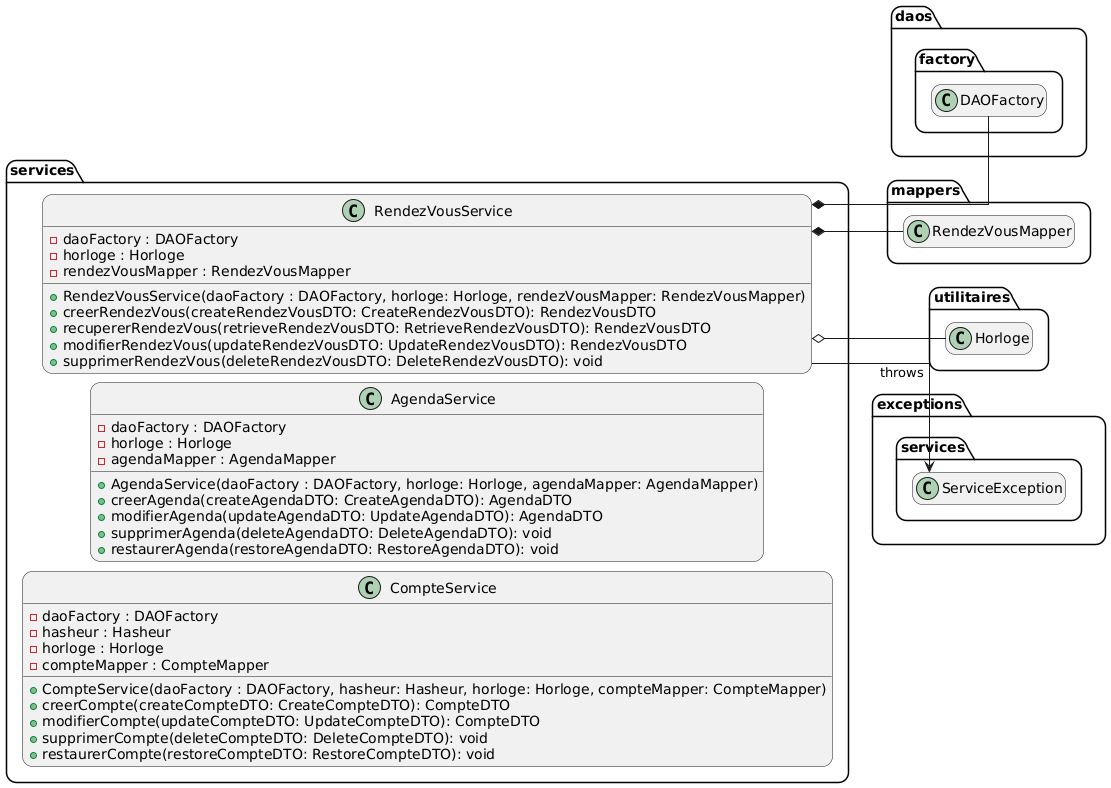
lmtb06/Schedulo keeps this PlantUML diagram as documentation/diagrams/out/classes/services/Services.png. Above is the earlier version.
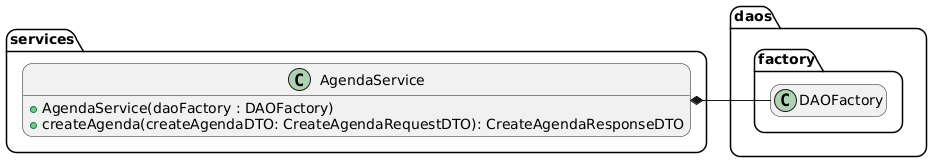
Later version of the same file.

The edit, as a diff of the source:
```diff
@@ -1,5 +1,4 @@
-@startuml Services
-
+@startuml
 skinparam linetype ortho
 skinparam nodesep 10
 skinparam ranksep 10
@@ -10,45 +9,11 @@
 hide empty members
 
 namespace services {
-
-    class CompteService {
-        - daoFactory : DAOFactory
-        - hasheur : Hasheur
-        - horloge : Horloge
-        - compteMapper : CompteMapper
-        + CompteService(daoFactory : DAOFactory, hasheur: Hasheur, horloge: Horloge, compteMapper: CompteMapper)
-        + creerCompte(createCompteDTO: CreateCompteDTO): CompteDTO
-        + modifierCompte(updateCompteDTO: UpdateCompteDTO): CompteDTO
-        + supprimerCompte(deleteCompteDTO: DeleteCompteDTO): void
-        + restaurerCompte(restoreCompteDTO: RestoreCompteDTO): void
-    }
-
     class AgendaService {
-        - daoFactory : DAOFactory
-        - horloge : Horloge
-        - agendaMapper : AgendaMapper
-        + AgendaService(daoFactory : DAOFactory, horloge: Horloge, agendaMapper: AgendaMapper)
-        + creerAgenda(createAgendaDTO: CreateAgendaDTO): AgendaDTO
-        + modifierAgenda(updateAgendaDTO: UpdateAgendaDTO): AgendaDTO
-        + supprimerAgenda(deleteAgendaDTO: DeleteAgendaDTO): void
-        + restaurerAgenda(restoreAgendaDTO: RestoreAgendaDTO): void
-    }
-
-    class RendezVousService {
-        - daoFactory : DAOFactory
-        - horloge : Horloge
-        - rendezVousMapper : RendezVousMapper
-        + RendezVousService(daoFactory : DAOFactory, horloge: Horloge, rendezVousMapper: RendezVousMapper)
-        + creerRendezVous(createRendezVousDTO: CreateRendezVousDTO): RendezVousDTO
-        + recupererRendezVous(retrieveRendezVousDTO: RetrieveRendezVousDTO): RendezVousDTO
-        + modifierRendezVous(updateRendezVousDTO: UpdateRendezVousDTO): RendezVousDTO
-        + supprimerRendezVous(deleteRendezVousDTO: DeleteRendezVousDTO): void
+        + AgendaService(daoFactory : DAOFactory)
+        + createAgenda(createAgendaDTO: CreateAgendaRequestDTO): CreateAgendaResponseDTO
     }
 }
 
-services.RendezVousService *-- daos.factory.DAOFactory
-services.RendezVousService *-- mappers.RendezVousMapper
-services.RendezVousService o-- utilitaires.Horloge
-services.RendezVousService --> exceptions.services.ServiceException: "throws"
-
+services.AgendaService *-- daos.factory.DAOFactory
 @enduml
```
